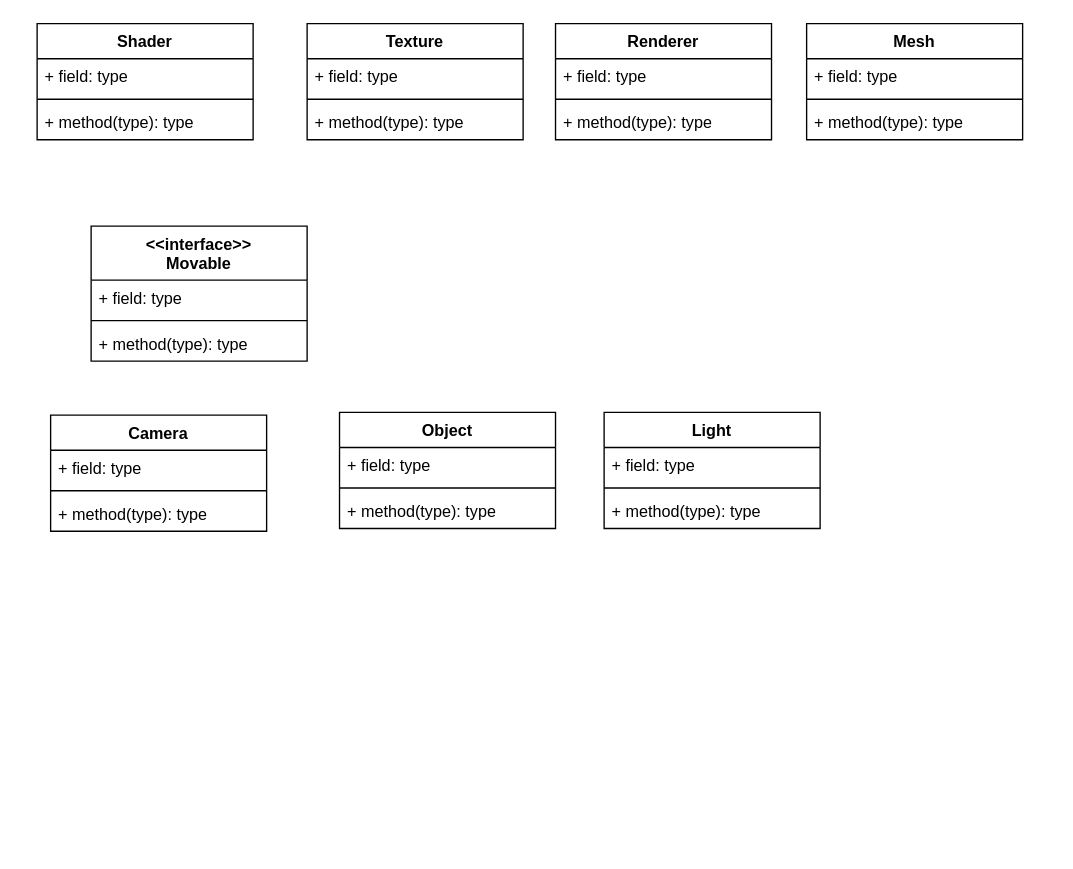
The draw.io diagram ProgramUML.drawio in Dereden399/simple-opengl-renderer, before the edit. Source tidied: cells renumbered, new cells numbered last; positions are measured from the earlier drawing's top-left corner, leaving out a move shared by most shapes. Both pictures are drawn from the tidied source at 135%, with x=0, y=0 at pixel (36, 23).
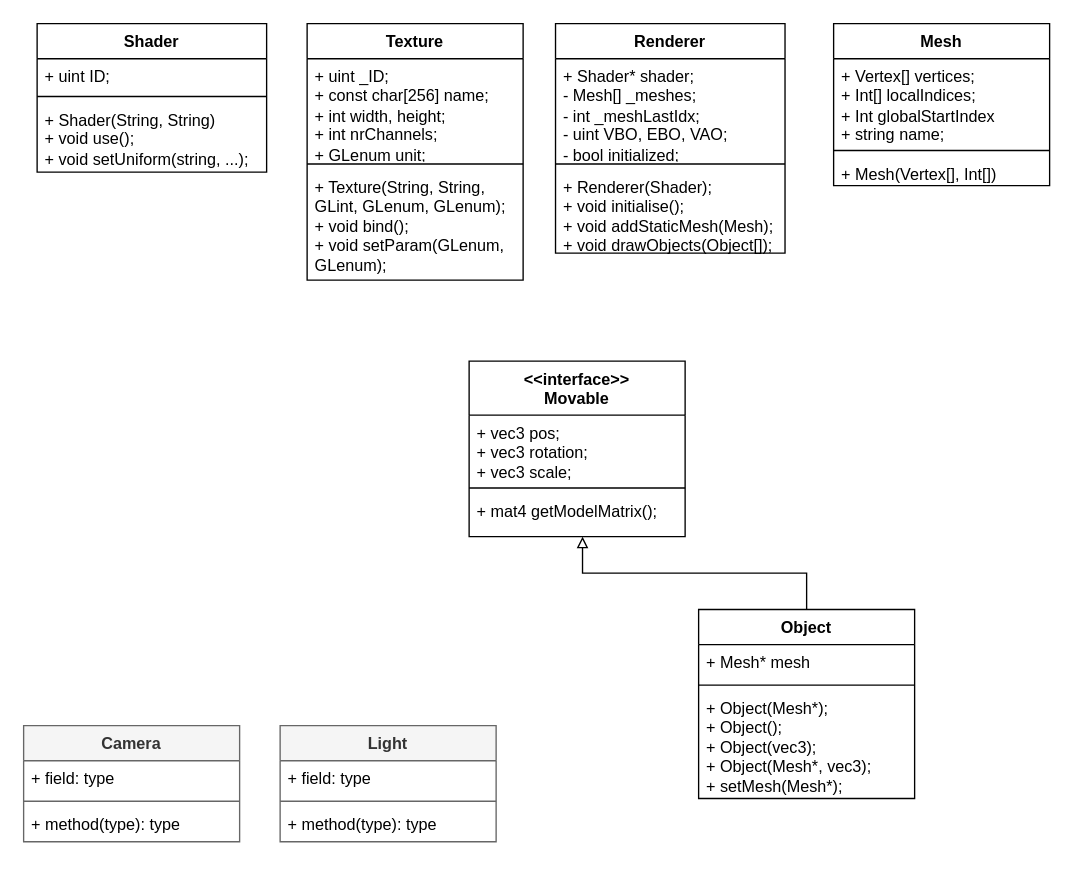
After the change.

Change to the diagram source:
```diff
@@
     <mxCell id="2" value="Shader" style="swimlane;fontStyle=1;align=center;verticalAlign=top;horizontal=1;startSize=26;whiteSpace=wrap;html=1;" parent="1" vertex="1">
-      <mxGeometry width="160" height="86" as="geometry" />
+      <mxGeometry width="170" height="110" as="geometry" />
     </mxCell>
-    <mxCell id="3" value="+ field: type" style="text;strokeColor=none;fillColor=none;align=left;verticalAlign=top;spacingLeft=4;spacingRight=4;overflow=hidden;whiteSpace=wrap;html=1;" parent="2" vertex="1">
-      <mxGeometry y="26" width="160" height="26" as="geometry" />
+    <mxCell id="3" value="+ uint ID;" style="text;strokeColor=none;fillColor=none;align=left;verticalAlign=top;spacingLeft=4;spacingRight=4;overflow=hidden;whiteSpace=wrap;html=1;" parent="2" vertex="1">
+      <mxGeometry y="26" width="170" height="24" as="geometry" />
     </mxCell>
     <mxCell id="4" style="line;strokeWidth=1;fillColor=none;align=left;verticalAlign=middle;spacingTop=-1;spacingLeft=3;spacingRight=3;labelPosition=right;strokeColor=inherit;" parent="2" vertex="1">
-      <mxGeometry y="52" width="160" height="8" as="geometry" />
+      <mxGeometry y="50" width="170" height="8" as="geometry" />
     </mxCell>
-    <mxCell id="5" value="+ method(type): type" style="text;strokeColor=none;fillColor=none;align=left;verticalAlign=top;spacingLeft=4;spacingRight=4;overflow=hidden;whiteSpace=wrap;html=1;" parent="2" vertex="1">
-      <mxGeometry y="60" width="160" height="26" as="geometry" />
+    <mxCell id="5" value="+ Shader(String, String)&lt;div&gt;+ void use();&lt;/div&gt;&lt;div&gt;+ void setUniform(string, ...);&lt;/div&gt;&lt;div&gt;&lt;br&gt;&lt;/div&gt;" style="text;strokeColor=none;fillColor=none;align=left;verticalAlign=top;spacingLeft=4;spacingRight=4;overflow=hidden;whiteSpace=wrap;html=1;" parent="2" vertex="1">
+      <mxGeometry y="58" width="170" height="52" as="geometry" />
     </mxCell>
     <mxCell id="6" value="Texture" style="swimlane;fontStyle=1;align=center;verticalAlign=top;horizontal=1;startSize=26;whiteSpace=wrap;html=1;" parent="1" vertex="1">
-      <mxGeometry x="200" width="160" height="86" as="geometry" />
+      <mxGeometry x="200" width="160" height="190" as="geometry" />
     </mxCell>
-    <mxCell id="7" value="+ field: type" style="text;strokeColor=none;fillColor=none;align=left;verticalAlign=top;spacingLeft=4;spacingRight=4;overflow=hidden;whiteSpace=wrap;html=1;" parent="6" vertex="1">
-      <mxGeometry y="26" width="160" height="26" as="geometry" />
+    <mxCell id="7" value="+ uint _ID;&lt;div&gt;+ const char[256] name;&lt;/div&gt;&lt;div&gt;+ int width, height;&lt;/div&gt;&lt;div&gt;+ int nrChannels;&lt;/div&gt;&lt;div&gt;+ GLenum unit;&lt;/div&gt;" style="text;strokeColor=none;fillColor=none;align=left;verticalAlign=top;spacingLeft=4;spacingRight=4;overflow=hidden;whiteSpace=wrap;html=1;" parent="6" vertex="1">
+      <mxGeometry y="26" width="160" height="74" as="geometry" />
     </mxCell>
     <mxCell id="8" style="line;strokeWidth=1;fillColor=none;align=left;verticalAlign=middle;spacingTop=-1;spacingLeft=3;spacingRight=3;labelPosition=right;strokeColor=inherit;" parent="6" vertex="1">
-      <mxGeometry y="52" width="160" height="8" as="geometry" />
+      <mxGeometry y="100" width="160" height="8" as="geometry" />
     </mxCell>
-    <mxCell id="9" value="+ method(type): type" style="text;strokeColor=none;fillColor=none;align=left;verticalAlign=top;spacingLeft=4;spacingRight=4;overflow=hidden;whiteSpace=wrap;html=1;" parent="6" vertex="1">
-      <mxGeometry y="60" width="160" height="26" as="geometry" />
+    <mxCell id="9" value="+ Texture(String, String, GLint, GLenum, GLenum);&lt;div&gt;+ void bind();&lt;/div&gt;&lt;div&gt;+ void setParam(GLenum, GLenum);&lt;/div&gt;" style="text;strokeColor=none;fillColor=none;align=left;verticalAlign=top;spacingLeft=4;spacingRight=4;overflow=hidden;whiteSpace=wrap;html=1;" parent="6" vertex="1">
+      <mxGeometry y="108" width="160" height="82" as="geometry" />
     </mxCell>
     <mxCell id="10" value="Renderer" style="swimlane;fontStyle=1;align=center;verticalAlign=top;horizontal=1;startSize=26;whiteSpace=wrap;html=1;" parent="1" vertex="1">
-      <mxGeometry x="384" width="160" height="86" as="geometry" />
+      <mxGeometry x="384" width="170" height="170" as="geometry" />
     </mxCell>
-    <mxCell id="11" value="+ field: type" style="text;strokeColor=none;fillColor=none;align=left;verticalAlign=top;spacingLeft=4;spacingRight=4;overflow=hidden;whiteSpace=wrap;html=1;" parent="10" vertex="1">
-      <mxGeometry y="26" width="160" height="26" as="geometry" />
+    <mxCell id="11" value="+ Shader* shader;&lt;div&gt;&lt;div&gt;- Mesh[] _meshes;&lt;/div&gt;&lt;/div&gt;&lt;div&gt;- int _meshLastIdx;&lt;/div&gt;&lt;div&gt;- uint VBO, EBO, VAO;&lt;/div&gt;&lt;div&gt;- bool initialized;&lt;/div&gt;" style="text;strokeColor=none;fillColor=none;align=left;verticalAlign=top;spacingLeft=4;spacingRight=4;overflow=hidden;whiteSpace=wrap;html=1;" parent="10" vertex="1">
+      <mxGeometry y="26" width="170" height="74" as="geometry" />
     </mxCell>
     <mxCell id="12" style="line;strokeWidth=1;fillColor=none;align=left;verticalAlign=middle;spacingTop=-1;spacingLeft=3;spacingRight=3;labelPosition=right;strokeColor=inherit;" parent="10" vertex="1">
-      <mxGeometry y="52" width="160" height="8" as="geometry" />
+      <mxGeometry y="100" width="170" height="8" as="geometry" />
     </mxCell>
-    <mxCell id="13" value="+ method(type): type" style="text;strokeColor=none;fillColor=none;align=left;verticalAlign=top;spacingLeft=4;spacingRight=4;overflow=hidden;whiteSpace=wrap;html=1;" parent="10" vertex="1">
-      <mxGeometry y="60" width="160" height="26" as="geometry" />
+    <mxCell id="13" value="+ Renderer(Shader);&lt;div&gt;+ void initialise();&lt;br&gt;&lt;div&gt;+ void addStaticMesh(Mesh);&lt;/div&gt;&lt;div&gt;+ void drawObjects(Object[]);&lt;/div&gt;&lt;/div&gt;" style="text;strokeColor=none;fillColor=none;align=left;verticalAlign=top;spacingLeft=4;spacingRight=4;overflow=hidden;whiteSpace=wrap;html=1;" parent="10" vertex="1">
+      <mxGeometry y="108" width="170" height="62" as="geometry" />
     </mxCell>
     <mxCell id="14" value="Mesh" style="swimlane;fontStyle=1;align=center;verticalAlign=top;horizontal=1;startSize=26;whiteSpace=wrap;html=1;" parent="1" vertex="1">
-      <mxGeometry x="570" width="160" height="86" as="geometry" />
+      <mxGeometry x="590" width="160" height="120" as="geometry" />
     </mxCell>
-    <mxCell id="15" value="+ field: type" style="text;strokeColor=none;fillColor=none;align=left;verticalAlign=top;spacingLeft=4;spacingRight=4;overflow=hidden;whiteSpace=wrap;html=1;" parent="14" vertex="1">
-      <mxGeometry y="26" width="160" height="26" as="geometry" />
+    <mxCell id="15" value="+ Vertex[] vertices;&lt;div&gt;+ Int[] localIndices;&lt;/div&gt;&lt;div&gt;+ Int globalStartIndex&lt;/div&gt;&lt;div&gt;+ string name;&lt;/div&gt;" style="text;strokeColor=none;fillColor=none;align=left;verticalAlign=top;spacingLeft=4;spacingRight=4;overflow=hidden;whiteSpace=wrap;html=1;" parent="14" vertex="1">
+      <mxGeometry y="26" width="160" height="64" as="geometry" />
     </mxCell>
     <mxCell id="16" style="line;strokeWidth=1;fillColor=none;align=left;verticalAlign=middle;spacingTop=-1;spacingLeft=3;spacingRight=3;labelPosition=right;strokeColor=inherit;" parent="14" vertex="1">
-      <mxGeometry y="52" width="160" height="8" as="geometry" />
+      <mxGeometry y="90" width="160" height="8" as="geometry" />
     </mxCell>
-    <mxCell id="17" value="+ method(type): type" style="text;strokeColor=none;fillColor=none;align=left;verticalAlign=top;spacingLeft=4;spacingRight=4;overflow=hidden;whiteSpace=wrap;html=1;" parent="14" vertex="1">
-      <mxGeometry y="60" width="160" height="26" as="geometry" />
+    <mxCell id="17" value="+ Mesh(Vertex[], Int[])" style="text;strokeColor=none;fillColor=none;align=left;verticalAlign=top;spacingLeft=4;spacingRight=4;overflow=hidden;whiteSpace=wrap;html=1;" parent="14" vertex="1">
+      <mxGeometry y="98" width="160" height="22" as="geometry" />
     </mxCell>
     <mxCell id="18" value="&amp;lt;&amp;lt;interface&amp;gt;&amp;gt;&lt;div&gt;Movable&lt;/div&gt;" style="swimlane;fontStyle=1;align=center;verticalAlign=top;horizontal=1;startSize=40;whiteSpace=wrap;html=1;" parent="1" vertex="1">
-      <mxGeometry x="40" y="150" width="160" height="100" as="geometry" />
+      <mxGeometry x="320" y="250" width="160" height="130" as="geometry" />
     </mxCell>
-    <mxCell id="19" value="+ field: type" style="text;strokeColor=none;fillColor=none;align=left;verticalAlign=top;spacingLeft=4;spacingRight=4;overflow=hidden;whiteSpace=wrap;html=1;" parent="18" vertex="1">
-      <mxGeometry y="40" width="160" height="26" as="geometry" />
+    <mxCell id="19" value="+ vec3 pos;&lt;div&gt;+ vec3 rotation;&lt;/div&gt;&lt;div&gt;+ vec3 scale;&lt;/div&gt;" style="text;strokeColor=none;fillColor=none;align=left;verticalAlign=top;spacingLeft=4;spacingRight=4;overflow=hidden;whiteSpace=wrap;html=1;" parent="18" vertex="1">
+      <mxGeometry y="40" width="160" height="50" as="geometry" />
     </mxCell>
     <mxCell id="20" style="line;strokeWidth=1;fillColor=none;align=left;verticalAlign=middle;spacingTop=-1;spacingLeft=3;spacingRight=3;labelPosition=right;strokeColor=inherit;" parent="18" vertex="1">
-      <mxGeometry y="66" width="160" height="8" as="geometry" />
+      <mxGeometry y="90" width="160" height="8" as="geometry" />
     </mxCell>
-    <mxCell id="21" value="+ method(type): type" style="text;strokeColor=none;fillColor=none;align=left;verticalAlign=top;spacingLeft=4;spacingRight=4;overflow=hidden;points=[[0,0.5],[1,0.5]];portConstraint=eastwest;whiteSpace=wrap;html=1;" parent="18" vertex="1">
-      <mxGeometry y="74" width="160" height="26" as="geometry" />
+    <mxCell id="21" value="+ mat4 getModelMatrix();" style="text;strokeColor=none;fillColor=none;align=left;verticalAlign=top;spacingLeft=4;spacingRight=4;overflow=hidden;points=[[0,0.5],[1,0.5]];portConstraint=eastwest;whiteSpace=wrap;html=1;" parent="18" vertex="1">
+      <mxGeometry y="98" width="160" height="32" as="geometry" />
     </mxCell>
-    <mxCell id="22" value="Camera" style="swimlane;fontStyle=1;align=center;verticalAlign=top;horizontal=1;startSize=26;whiteSpace=wrap;html=1;" parent="1" vertex="1">
-      <mxGeometry x="10" y="290" width="160" height="86" as="geometry" />
+    <mxCell id="22" value="Camera" style="swimlane;fontStyle=1;align=center;verticalAlign=top;horizontal=1;startSize=26;whiteSpace=wrap;html=1;fillColor=#f5f5f5;fontColor=#333333;strokeColor=#666666;" parent="1" vertex="1">
+      <mxGeometry x="-10" y="520" width="160" height="86" as="geometry" />
     </mxCell>
-    <mxCell id="23" value="+ field: type" style="text;strokeColor=none;fillColor=none;align=left;verticalAlign=top;spacingLeft=4;spacingRight=4;overflow=hidden;whiteSpace=wrap;html=1;" parent="22" vertex="1">
+    <mxCell id="23" value="+ field: type" style="text;align=left;verticalAlign=top;spacingLeft=4;spacingRight=4;overflow=hidden;whiteSpace=wrap;html=1;" parent="22" vertex="1">
       <mxGeometry y="26" width="160" height="26" as="geometry" />
     </mxCell>
@@
     <mxCell id="26" value="Object" style="swimlane;fontStyle=1;align=center;verticalAlign=top;horizontal=1;startSize=26;whiteSpace=wrap;html=1;" parent="1" vertex="1">
-      <mxGeometry x="224" y="288" width="160" height="86" as="geometry" />
+      <mxGeometry x="490" y="434" width="160" height="140" as="geometry" />
     </mxCell>
-    <mxCell id="27" value="+ field: type" style="text;strokeColor=none;fillColor=none;align=left;verticalAlign=top;spacingLeft=4;spacingRight=4;overflow=hidden;whiteSpace=wrap;html=1;" parent="26" vertex="1">
+    <mxCell id="27" value="+ Mesh* mesh" style="text;strokeColor=none;fillColor=none;align=left;verticalAlign=top;spacingLeft=4;spacingRight=4;overflow=hidden;whiteSpace=wrap;html=1;" parent="26" vertex="1">
       <mxGeometry y="26" width="160" height="26" as="geometry" />
     </mxCell>
@@
-    <mxCell id="29" value="+ method(type): type" style="text;strokeColor=none;fillColor=none;align=left;verticalAlign=top;spacingLeft=4;spacingRight=4;overflow=hidden;whiteSpace=wrap;html=1;" parent="26" vertex="1">
-      <mxGeometry y="60" width="160" height="26" as="geometry" />
+    <mxCell id="29" value="+ Object(Mesh*);&lt;div&gt;+ Object();&lt;br&gt;&lt;/div&gt;&lt;div&gt;+ Object(vec3);&lt;br&gt;&lt;/div&gt;&lt;div&gt;+ Object(Mesh*, vec3);&lt;br&gt;&lt;/div&gt;&lt;div&gt;+ setMesh(Mesh*);&lt;/div&gt;" style="text;strokeColor=none;fillColor=none;align=left;verticalAlign=top;spacingLeft=4;spacingRight=4;overflow=hidden;whiteSpace=wrap;html=1;" parent="26" vertex="1">
+      <mxGeometry y="60" width="160" height="80" as="geometry" />
     </mxCell>
-    <mxCell id="30" value="Light" style="swimlane;fontStyle=1;align=center;verticalAlign=top;horizontal=1;startSize=26;whiteSpace=wrap;html=1;" parent="1" vertex="1">
-      <mxGeometry x="420" y="288" width="160" height="86" as="geometry" />
+    <mxCell id="30" value="Light" style="swimlane;fontStyle=1;align=center;verticalAlign=top;horizontal=1;startSize=26;whiteSpace=wrap;html=1;fillColor=#f5f5f5;strokeColor=#666666;fontColor=#333333;" parent="1" vertex="1">
+      <mxGeometry x="180" y="520" width="160" height="86" as="geometry" />
     </mxCell>
@@
+    <mxCell id="34" style="edgeStyle=orthogonalEdgeStyle;rounded=0;jettySize=auto;html=1;entryX=0.5;entryY=0;entryDx=0;entryDy=0;exitX=0.525;exitY=1;exitDx=0;exitDy=0;exitPerimeter=0;endArrow=none;endFill=0;endSize=12;startArrow=block;startFill=0;targetPerimeterSpacing=12;sourcePerimeterSpacing=12;" parent="1" edge="1" source="21" target="26">
+      <mxGeometry relative="1" as="geometry" />
+    </mxCell>
```
